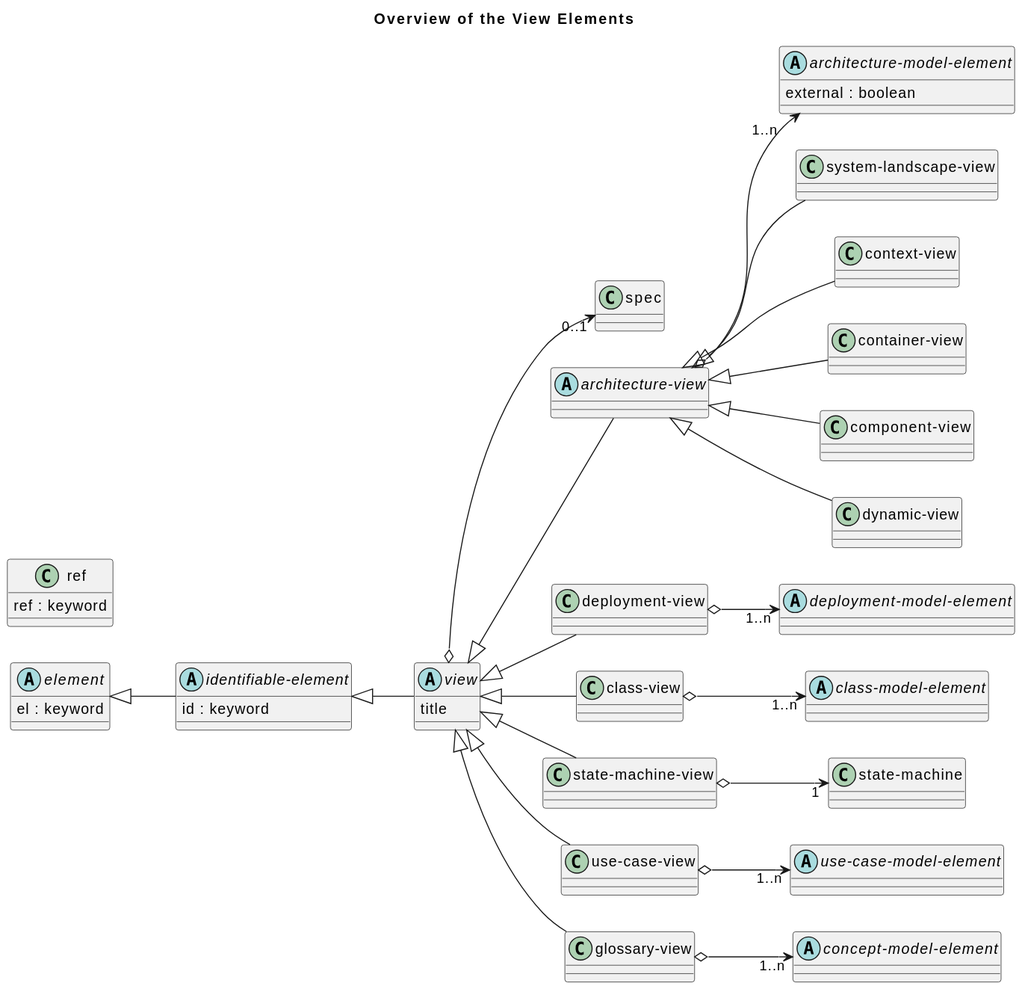
Earlier version of the PlantUML export doc/images/overarch_viewElementsOverview.svg (soulspace-org/overarch).
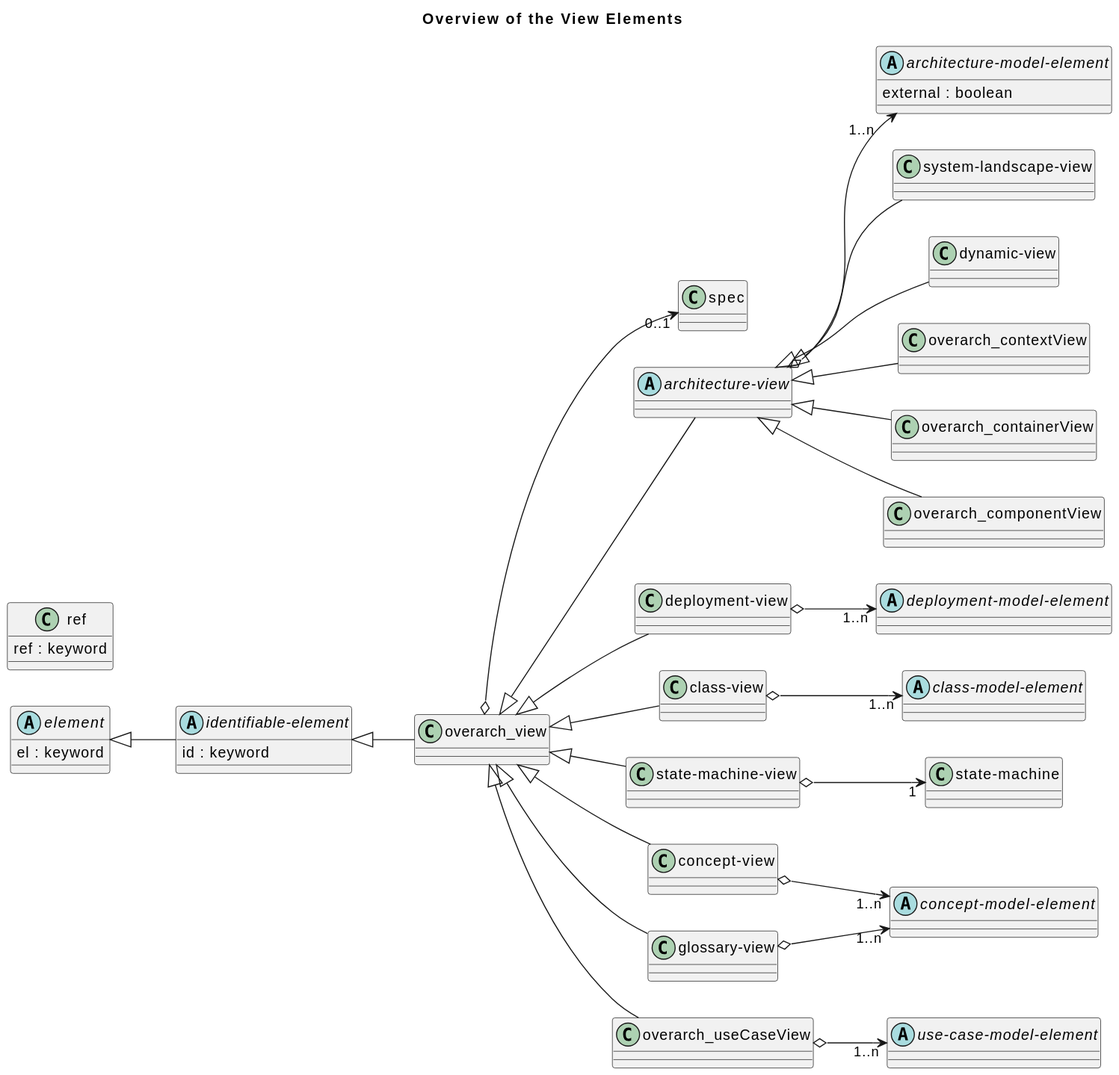
After the change.

Commit message:
updated view elements overview

What changed in the source:
```diff
@@ -19,20 +19,14 @@
 class "ref" as overarch_ref {
   ref : keyword
 }
-abstract class "view" as overarch_view {
-  title
-}
 class "spec" as overarch_renderingSpec
 abstract class "architecture-view" as overarch_architectureView
 class "system-landscape-view" as overarch_systemLandscapeView
-class "context-view" as overarch_contextView
-class "container-view" as overarch_containerView
-class "component-view" as overarch_componentView
 class "deployment-view" as overarch_deploymentView
 class "dynamic-view" as overarch_dynamicView
 class "class-view" as overarch_classView
 class "state-machine-view" as overarch_stateMachineView
-class "use-case-view" as overarch_useCaseView
+class "concept-view" as overarch_conceptView
 class "glossary-view" as overarch_glossaryView
 overarch_element <|-- overarch_identifiableElement
 overarch_identifiableElement <|-- overarch_view
@@ -52,6 +46,8 @@
 overarch_stateMachineView o-->  "1" overarch_stateMachine
 overarch_view <|-- overarch_useCaseView
 overarch_useCaseView o-->  "1..n" overarch_useCaseModelElement
+overarch_view <|-- overarch_conceptView
+overarch_conceptView o-->  "1..n" overarch_conceptModelElement
 overarch_view <|-- overarch_glossaryView
 overarch_glossaryView o-->  "1..n" overarch_conceptModelElement
 @enduml
```
